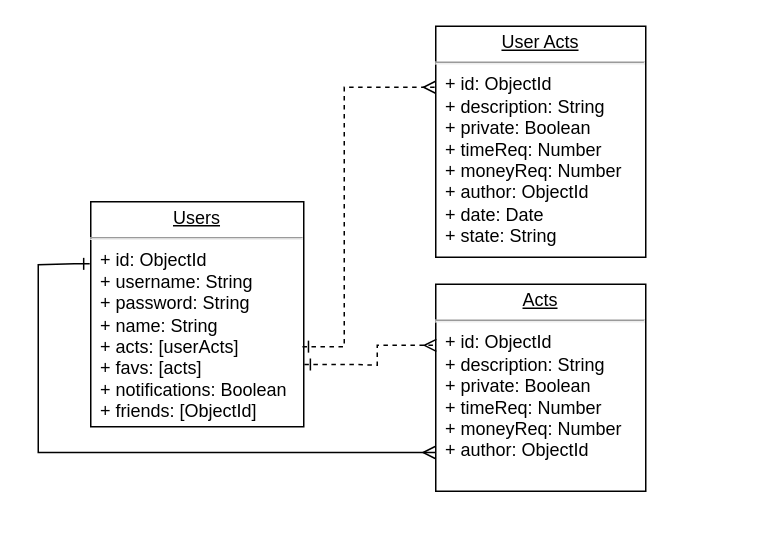
This is staff/maria-navarrete/full-stack/final-project/docs/images/ERDiagram.drawio from b00tc4mp/neoland-bootcamp-202201, a draw.io file, before an edit. Source tidied: cells renumbered, new cells numbered last; positions are measured from the earlier drawing's top-left corner, leaving out a move shared by most shapes. Both pictures are drawn from the tidied source at 150%, with x=0, y=0 at pixel (38, 26).
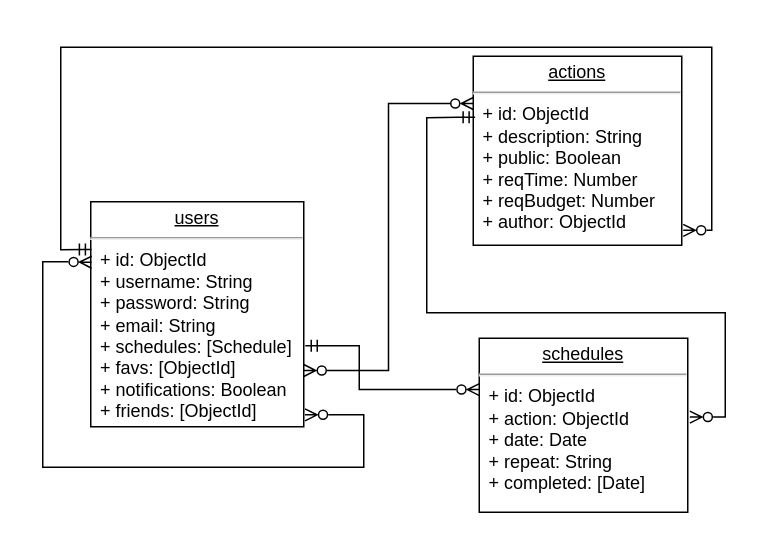
The same page after the edit.

What changed in the source:
```diff
@@
-    <mxCell id="2" value="&lt;p style=&quot;margin: 0px ; margin-top: 4px ; text-align: center ; text-decoration: underline&quot;&gt;Users&lt;/p&gt;&lt;hr&gt;&lt;div&gt;&amp;nbsp; + id: ObjectId&lt;/div&gt;&lt;div&gt;&amp;nbsp; + username: String&lt;/div&gt;&lt;div&gt;&amp;nbsp; + password: String&lt;/div&gt;&lt;div&gt;&amp;nbsp; + name: String&lt;/div&gt;&lt;div&gt;&amp;nbsp; + acts: [userActs]&lt;/div&gt;&lt;div&gt;&amp;nbsp; + favs: [acts]&lt;/div&gt;&lt;div&gt;&amp;nbsp; + notifications: Boolean&lt;/div&gt;&lt;div&gt;&amp;nbsp; + friends: [ObjectId]&lt;/div&gt;&lt;div&gt;&lt;br&gt;&lt;/div&gt;" style="verticalAlign=top;align=left;overflow=fill;fontSize=12;fontFamily=Helvetica;html=1;rounded=0;shadow=0;comic=0;labelBackgroundColor=none;strokeWidth=1;" parent="1" vertex="1">
+    <mxCell id="2" value="&lt;p style=&quot;margin: 0px ; margin-top: 4px ; text-align: center ; text-decoration: underline&quot;&gt;users&lt;/p&gt;&lt;hr&gt;&lt;div&gt;&amp;nbsp; + id: ObjectId&lt;/div&gt;&lt;div&gt;&amp;nbsp; + username: String&lt;/div&gt;&lt;div&gt;&amp;nbsp; + password: String&lt;/div&gt;&lt;div&gt;&amp;nbsp; + email: String&lt;br&gt;&amp;nbsp; + schedules: [Schedule]&lt;br&gt;&lt;/div&gt;&lt;div&gt;&amp;nbsp; + favs: [ObjectId]&lt;/div&gt;&lt;div&gt;&amp;nbsp; + notifications: Boolean&lt;/div&gt;&lt;div&gt;&amp;nbsp; + friends: [ObjectId]&lt;/div&gt;&lt;div&gt;&lt;br&gt;&lt;/div&gt;" style="verticalAlign=top;align=left;overflow=fill;fontSize=12;fontFamily=Helvetica;html=1;rounded=0;shadow=0;comic=0;labelBackgroundColor=none;strokeWidth=1;" parent="1" vertex="1">
       <mxGeometry x="35" y="117" width="142" height="150" as="geometry" />
     </mxCell>
-    <mxCell id="3" value="&lt;p style=&quot;margin: 0px ; margin-top: 4px ; text-align: center ; text-decoration: underline&quot;&gt;Acts&lt;/p&gt;&lt;hr&gt;&lt;div&gt;&amp;nbsp; + id: ObjectId&lt;/div&gt;&lt;div&gt;&lt;span style=&quot;white-space: pre&quot;&gt;  + description: String&lt;/span&gt;&lt;/div&gt;&lt;div&gt;&lt;span style=&quot;white-space: pre&quot;&gt;  + private: Boolean&lt;/span&gt;&lt;/div&gt;&lt;div&gt;&lt;span style=&quot;white-space: pre&quot;&gt;  + timeReq: Number &lt;/span&gt;&lt;/div&gt;&lt;div&gt;&lt;span style=&quot;white-space: pre&quot;&gt;  + moneyReq: Number&lt;/span&gt;&lt;/div&gt;&lt;div&gt;&lt;span style=&quot;white-space: pre&quot;&gt;  + author: ObjectId &lt;/span&gt;&lt;/div&gt;" style="verticalAlign=top;align=left;overflow=fill;fontSize=12;fontFamily=Helvetica;html=1;rounded=0;shadow=0;comic=0;labelBackgroundColor=none;strokeWidth=1;" parent="1" vertex="1">
-      <mxGeometry x="265" y="172" width="140" height="138" as="geometry" />
-    </mxCell>
@@
-    <mxCell id="19" value="&lt;p style=&quot;margin: 0px ; margin-top: 4px ; text-align: center ; text-decoration: underline&quot;&gt;User Acts&lt;br&gt;&lt;/p&gt;&lt;hr&gt;&amp;nbsp; + id: ObjectId&lt;div&gt;&lt;span&gt;&amp;nbsp; + description: String&lt;/span&gt;&lt;/div&gt;&lt;div&gt;&lt;span&gt;&amp;nbsp; + private: Boolean&lt;/span&gt;&lt;/div&gt;&lt;div&gt;&lt;span&gt;&amp;nbsp; + timeReq: Number &lt;/span&gt;&lt;/div&gt;&lt;div&gt;&lt;span&gt;&amp;nbsp; + moneyReq: Number&lt;/span&gt;&lt;/div&gt;&lt;div&gt;&lt;span&gt;&amp;nbsp; + author: ObjectId &lt;/span&gt;&lt;/div&gt;&lt;div&gt;&amp;nbsp; + date: Date&lt;/div&gt;&lt;div&gt;&amp;nbsp; + state: String&lt;br&gt;&lt;/div&gt;&lt;div&gt;&amp;nbsp; &lt;br&gt;&lt;/div&gt;" style="verticalAlign=top;align=left;overflow=fill;fontSize=12;fontFamily=Helvetica;html=1;rounded=0;shadow=0;comic=0;labelBackgroundColor=none;strokeWidth=1;" parent="1" vertex="1">
-      <mxGeometry x="265" width="140" height="154" as="geometry" />
+    <mxCell id="19" value="&lt;p style=&quot;margin: 0px ; margin-top: 4px ; text-align: center ; text-decoration: underline&quot;&gt;actions&lt;br&gt;&lt;/p&gt;&lt;hr&gt;&amp;nbsp; + id: ObjectId&lt;div&gt;&lt;span&gt;&amp;nbsp; + description: String&lt;/span&gt;&lt;/div&gt;&lt;div&gt;&lt;span&gt;&amp;nbsp; + public: Boolean&lt;/span&gt;&lt;/div&gt;&lt;div&gt;&lt;span&gt;&amp;nbsp; + reqTime: Number &lt;/span&gt;&lt;/div&gt;&lt;div&gt;&lt;span&gt;&amp;nbsp; + reqBudget: Number&lt;/span&gt;&lt;/div&gt;&lt;div&gt;&lt;span&gt;&amp;nbsp; + author: ObjectId &lt;/span&gt;&lt;/div&gt;" style="verticalAlign=top;align=left;overflow=fill;fontSize=12;fontFamily=Helvetica;html=1;rounded=0;shadow=0;comic=0;labelBackgroundColor=none;strokeWidth=1;" parent="1" vertex="1">
+      <mxGeometry x="290" y="20" width="139" height="126" as="geometry" />
     </mxCell>
-    <mxCell id="20" style="endArrow=ERmany;html=1;rounded=0;endFill=0;startArrow=ERone;startFill=0;edgeStyle=orthogonalEdgeStyle;entryX=0.003;entryY=0.295;entryDx=0;entryDy=0;entryPerimeter=0;dashed=1;exitX=1.003;exitY=0.723;exitDx=0;exitDy=0;exitPerimeter=0;" parent="1" edge="1" source="2" target="3">
-      <mxGeometry relative="1" as="geometry">
-        <Array as="points">
-          <mxPoint x="212" y="226" />
-          <mxPoint x="226" y="226" />
-          <mxPoint x="226" y="213" />
-        </Array>
-      </mxGeometry>
-    </mxCell>
-    <mxCell id="21" style="endArrow=ERmany;html=1;rounded=0;endFill=0;startArrow=ERone;startFill=0;edgeStyle=orthogonalEdgeStyle;dashed=1;entryX=-0.001;entryY=0.264;entryDx=0;entryDy=0;entryPerimeter=0;exitX=0.994;exitY=0.644;exitDx=0;exitDy=0;exitPerimeter=0;" parent="1" edge="1" source="2" target="19">
-      <mxGeometry relative="1" as="geometry">
-        <Array as="points">
-          <mxPoint x="204" y="214" />
-          <mxPoint x="204" y="41" />
-        </Array>
-      </mxGeometry>
-    </mxCell>
-    <mxCell id="22" style="endArrow=ERmany;html=1;rounded=0;endFill=0;startArrow=ERone;startFill=0;edgeStyle=orthogonalEdgeStyle;entryX=-0.003;entryY=0.813;entryDx=0;entryDy=0;entryPerimeter=0;exitX=-0.005;exitY=0.276;exitDx=0;exitDy=0;exitPerimeter=0;" parent="1" edge="1" source="2" target="3">
-      <mxGeometry relative="1" as="geometry">
-        <Array as="points">
-          <mxPoint x="24" y="158" />
-          <mxPoint y="159" />
-          <mxPoint y="284" />
-        </Array>
-      </mxGeometry>
-    </mxCell>
+    <mxCell id="23" value="&lt;p style=&quot;margin: 0px ; margin-top: 4px ; text-align: center ; text-decoration: underline&quot;&gt;schedules&lt;br&gt;&lt;/p&gt;&lt;hr&gt;&amp;nbsp; + id: ObjectId&lt;div&gt;&lt;span&gt;&amp;nbsp; + action: ObjectId&lt;/span&gt;&lt;/div&gt;&lt;div&gt;&lt;/div&gt;&lt;div&gt;&amp;nbsp; + date: Date&lt;/div&gt;&lt;div&gt;&amp;nbsp; + repeat: String&lt;/div&gt;&lt;div&gt;&amp;nbsp; + completed: [Date]&lt;br&gt;&lt;/div&gt;" style="verticalAlign=top;align=left;overflow=fill;fontSize=12;fontFamily=Helvetica;html=1;rounded=0;shadow=0;comic=0;labelBackgroundColor=none;strokeWidth=1;" parent="1" vertex="1">
+      <mxGeometry x="294" y="208" width="139" height="116" as="geometry" />
+    </mxCell>
+    <mxCell id="24" style="edgeStyle=orthogonalEdgeStyle;fontSize=12;html=1;endArrow=ERzeroToMany;rounded=0;entryX=1.007;entryY=0.921;entryDx=0;entryDy=0;entryPerimeter=0;endFill=0;startArrow=ERmandOne;startFill=0;exitX=0.003;exitY=0.212;exitDx=0;exitDy=0;exitPerimeter=0;" parent="1" edge="1" source="2" target="19">
+      <mxGeometry relative="1" as="geometry">
+        <Array as="points">
+          <mxPoint x="30" y="149" />
+          <mxPoint x="15" y="149" />
+          <mxPoint x="15" y="14" />
+          <mxPoint x="449" y="14" />
+          <mxPoint x="449" y="136" />
+        </Array>
+      </mxGeometry>
+    </mxCell>
+    <mxCell id="25" style="edgeStyle=orthogonalEdgeStyle;fontSize=12;html=1;endArrow=ERzeroToMany;rounded=0;exitX=1.007;exitY=0.64;exitDx=0;exitDy=0;entryX=0.001;entryY=0.295;entryDx=0;entryDy=0;entryPerimeter=0;exitPerimeter=0;endFill=0;startArrow=ERmandOne;startFill=0;" parent="1" edge="1" source="2" target="23">
+      <mxGeometry relative="1" as="geometry">
+        <Array as="points">
+          <mxPoint x="214" y="213" />
+          <mxPoint x="214" y="242" />
+        </Array>
+      </mxGeometry>
+    </mxCell>
+    <mxCell id="26" style="edgeStyle=orthogonalEdgeStyle;fontSize=12;html=1;endArrow=ERzeroToMany;startArrow=ERzeroToMany;rounded=0;exitX=1;exitY=0.75;exitDx=0;exitDy=0;startFill=0;endFill=0;entryX=0;entryY=0.25;entryDx=0;entryDy=0;" parent="1" edge="1" source="2" target="19">
+      <mxGeometry relative="1" as="geometry" />
+    </mxCell>
+    <mxCell id="27" style="edgeStyle=orthogonalEdgeStyle;fontSize=12;html=1;endArrow=ERzeroToMany;startArrow=ERzeroToMany;rounded=0;exitX=1.006;exitY=0.947;exitDx=0;exitDy=0;exitPerimeter=0;startFill=0;endFill=0;entryX=0.004;entryY=0.269;entryDx=0;entryDy=0;entryPerimeter=0;" parent="1" edge="1" source="2" target="2">
+      <mxGeometry relative="1" as="geometry">
+        <Array as="points">
+          <mxPoint x="217" y="259" />
+          <mxPoint x="217" y="294" />
+          <mxPoint x="3" y="294" />
+          <mxPoint x="3" y="157" />
+          <mxPoint x="19" y="157" />
+        </Array>
+      </mxGeometry>
+    </mxCell>
+    <mxCell id="28" style="edgeStyle=orthogonalEdgeStyle;fontSize=12;html=1;endArrow=ERzeroToMany;rounded=0;endFill=0;startArrow=ERmandOne;startFill=0;exitX=0.009;exitY=0.323;exitDx=0;exitDy=0;exitPerimeter=0;entryX=1.01;entryY=0.453;entryDx=0;entryDy=0;entryPerimeter=0;" parent="1" edge="1" source="19" target="23">
+      <mxGeometry relative="1" as="geometry">
+        <Array as="points">
+          <mxPoint x="280" y="61" />
+          <mxPoint x="259" y="61" />
+          <mxPoint x="259" y="191" />
+          <mxPoint x="458" y="191" />
+          <mxPoint x="458" y="261" />
+        </Array>
+      </mxGeometry>
+    </mxCell>
```
